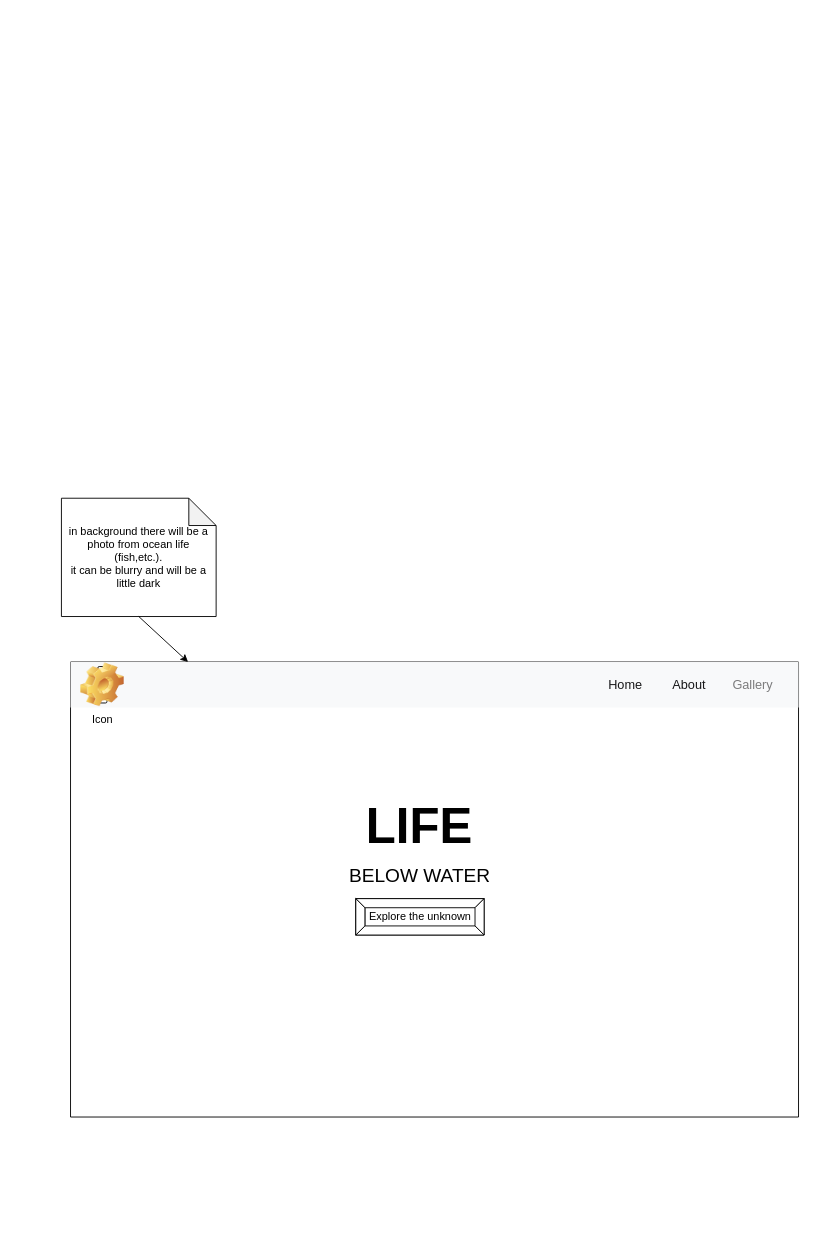
handeedaoz/WDD_GroupQ keeps this draw.io diagram as wireframes/homePage.drawio. Above is the earlier version. Source tidied: cells renumbered, new cells numbered last; positions are measured from the earlier drawing's top-left corner, leaving out a move shared by most shapes. Both pictures are drawn from the tidied source at 91%, with x=0, y=0 at pixel (61, 498).
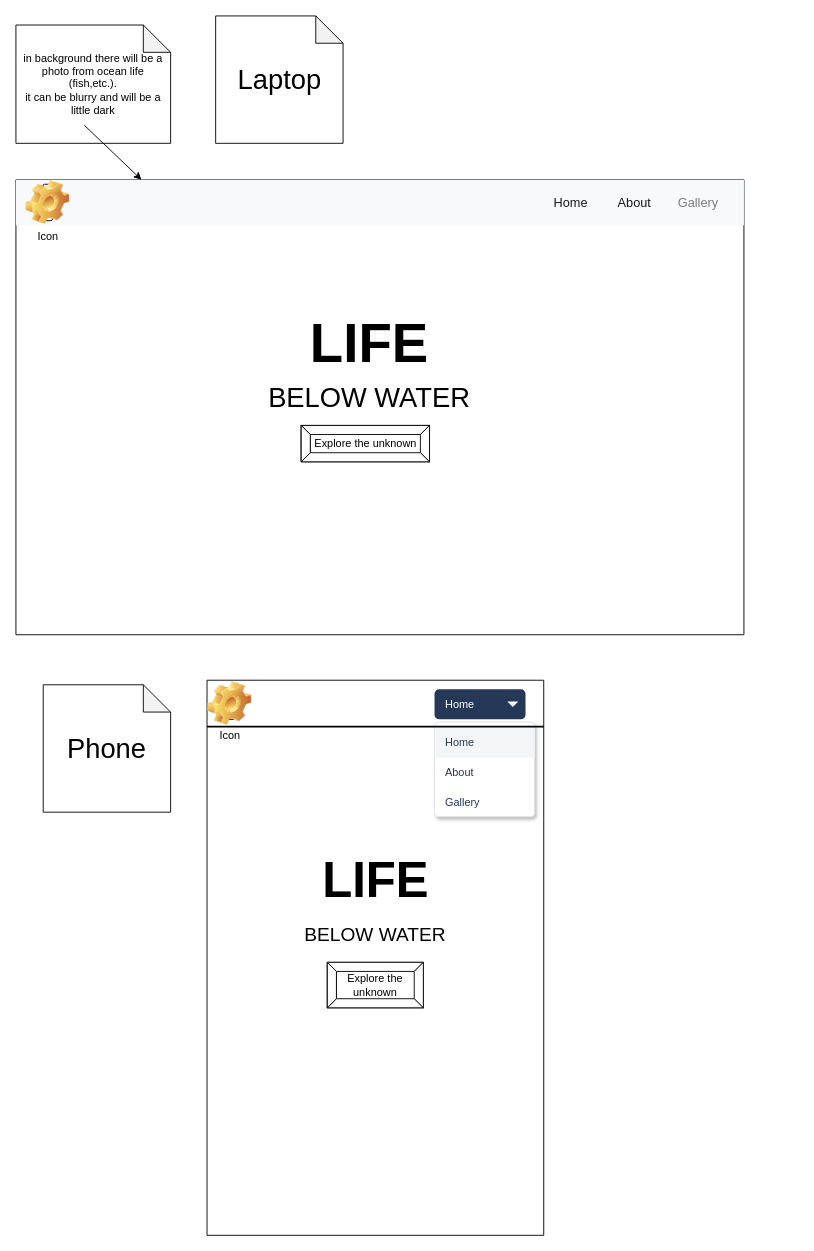
The same diagram, later.

Diff of the diagram source:
```diff
@@
     <mxCell id="2" style="swimlane;startSize=0;" parent="1" vertex="1">
-      <mxGeometry x="10" y="180" width="800" height="500" as="geometry" />
+      <mxGeometry x="-50" y="-350" width="800" height="500" as="geometry" />
     </mxCell>
-    <mxCell id="3" value="LIFE" style="text;strokeColor=none;fillColor=none;html=1;fontSize=54;fontStyle=1;verticalAlign=middle;align=center;" parent="2" vertex="1">
-      <mxGeometry x="283" y="160" width="200" height="40" as="geometry" />
+    <mxCell id="3" value="LIFE" style="text;strokeColor=none;fillColor=none;html=1;fontSize=60;fontStyle=1;verticalAlign=middle;align=center;" parent="2" vertex="1">
+      <mxGeometry x="288" y="160" width="200" height="40" as="geometry" />
     </mxCell>
-    <mxCell id="4" value="BELOW WATER" style="text;strokeColor=none;fillColor=none;spacingLeft=4;spacingRight=4;overflow=hidden;fontSize=21;whiteSpace=wrap;html=1;align=center;" parent="2" vertex="1">
-      <mxGeometry x="279" y="215" width="210" height="30" as="geometry" />
+    <mxCell id="4" value="BELOW WATER" style="text;strokeColor=none;fillColor=none;spacingLeft=4;spacingRight=4;overflow=hidden;fontSize=30;whiteSpace=wrap;html=1;align=center;" parent="2" vertex="1">
+      <mxGeometry x="219.5" y="215" width="337" height="45" as="geometry" />
     </mxCell>
     <mxCell id="5" value="Explore the unknown" style="labelPosition=center;verticalLabelPosition=middle;align=center;html=1;shape=mxgraph.basic.button;dx=10;whiteSpace=wrap;" parent="2" vertex="1">
-      <mxGeometry x="313.5" y="260" width="141" height="40" as="geometry" />
+      <mxGeometry x="313.5" y="270" width="141" height="40" as="geometry" />
     </mxCell>
@@
     <mxCell id="12" value="in background there will be a photo from ocean life (fish,etc.).&lt;div&gt;it can be blurry and will be a little dark&lt;/div&gt;" style="shape=note;whiteSpace=wrap;html=1;backgroundOutline=1;darkOpacity=0.05;" parent="1" vertex="1">
-      <mxGeometry width="170" height="130" as="geometry" />
+      <mxGeometry x="-50" y="-520" width="170" height="130" as="geometry" />
     </mxCell>
     <mxCell id="13" style="endArrow=classic;html=1;rounded=0;exitX=0.5;exitY=1;exitDx=0;exitDy=0;exitPerimeter=0;" parent="1" edge="1" target="2">
       <mxGeometry relative="1" as="geometry">
-        <mxPoint x="85" y="130" as="sourcePoint" />
+        <mxPoint x="25" y="-410" as="sourcePoint" />
       </mxGeometry>
     </mxCell>
+    <mxCell id="14" style="swimlane;startSize=0;" parent="1" vertex="1">
+      <mxGeometry x="160" y="200" width="370" height="610" as="geometry" />
+    </mxCell>
+    <mxCell id="15" value="Home" style="rounded=1;fillColor=#253858;strokeColor=none;html=1;fontColor=#ffffff;align=left;fontSize=12;spacingLeft=10;" parent="14" vertex="1">
+      <mxGeometry x="250" y="10" width="100" height="33" as="geometry" />
+    </mxCell>
+    <mxCell id="16" style="shape=triangle;direction=south;fillColor=#ffffff;strokeColor=none;html=1;fontSize=20;" parent="15" vertex="1">
+      <mxGeometry x="1" y="0.5" width="12" height="6" relative="1" as="geometry">
+        <mxPoint x="-20" y="-3" as="offset" />
+      </mxGeometry>
+    </mxCell>
+    <mxCell id="17" style="rounded=1;fillColor=#ffffff;strokeColor=#DFE1E5;shadow=1;html=1;arcSize=4;hachureGap=4;fontFamily=Helvetica;fontSize=20;" parent="14" vertex="1">
+      <mxGeometry x="250" y="46" width="110" height="104" as="geometry" />
+    </mxCell>
+    <mxCell id="18" value="Home" style="rounded=0;fillColor=#F4F5F7;strokeColor=none;shadow=0;html=1;align=left;fontSize=12;spacingLeft=10;fontColor=#253858;" parent="17" vertex="1">
+      <mxGeometry width="110" height="33" relative="1" as="geometry">
+        <mxPoint y="6" as="offset" />
+      </mxGeometry>
+    </mxCell>
+    <mxCell id="19" value="About" style="rounded=0;fillColor=none;strokeColor=none;shadow=0;html=1;align=left;fontSize=12;spacingLeft=10;fontColor=#253858;" parent="17" vertex="1">
+      <mxGeometry width="110" height="33" relative="1" as="geometry">
+        <mxPoint y="39" as="offset" />
+      </mxGeometry>
+    </mxCell>
+    <mxCell id="20" value="Gallery" style="rounded=0;fillColor=none;strokeColor=none;shadow=0;html=1;align=left;fontSize=12;spacingLeft=10;fontColor=#253858;" parent="17" vertex="1">
+      <mxGeometry width="110" height="33" relative="1" as="geometry">
+        <mxPoint y="72" as="offset" />
+      </mxGeometry>
+    </mxCell>
+    <mxCell id="21" value="Icon" style="icon;html=1;image=img/clipart/Gear_128x128.png;" parent="14" vertex="1">
+      <mxGeometry x="20" y="8" width="10" height="35" as="geometry" />
+    </mxCell>
+    <mxCell id="22" style="line;strokeWidth=2;html=1;" parent="14" vertex="1">
+      <mxGeometry y="46" width="370" height="10" as="geometry" />
+    </mxCell>
+    <mxCell id="23" value="LIFE" style="text;strokeColor=none;fillColor=none;html=1;fontSize=54;fontStyle=1;verticalAlign=middle;align=center;" parent="14" vertex="1">
+      <mxGeometry x="85" y="200" width="200" height="40" as="geometry" />
+    </mxCell>
+    <mxCell id="24" value="BELOW WATER" style="text;strokeColor=none;fillColor=none;spacingLeft=4;spacingRight=4;overflow=hidden;fontSize=21;whiteSpace=wrap;html=1;align=center;" parent="14" vertex="1">
+      <mxGeometry x="80" y="260" width="210" height="30" as="geometry" />
+    </mxCell>
+    <mxCell id="25" value="Explore the unknown" style="labelPosition=center;verticalLabelPosition=middle;align=center;html=1;shape=mxgraph.basic.button;dx=10;whiteSpace=wrap;" parent="14" vertex="1">
+      <mxGeometry x="132.2" y="310" width="105.5" height="50" as="geometry" />
+    </mxCell>
+    <mxCell id="26" value="&lt;font style=&quot;font-size: 30px;&quot;&gt;Laptop&lt;/font&gt;" style="shape=note;whiteSpace=wrap;html=1;backgroundOutline=1;darkOpacity=0.05;" parent="1" vertex="1">
+      <mxGeometry x="169.5" y="-530" width="140" height="140" as="geometry" />
+    </mxCell>
+    <mxCell id="27" value="&lt;font style=&quot;font-size: 30px;&quot;&gt;Phone&lt;/font&gt;" style="shape=note;whiteSpace=wrap;html=1;backgroundOutline=1;darkOpacity=0.05;" parent="1" vertex="1">
+      <mxGeometry x="-20" y="205" width="140" height="140" as="geometry" />
+    </mxCell>
```
